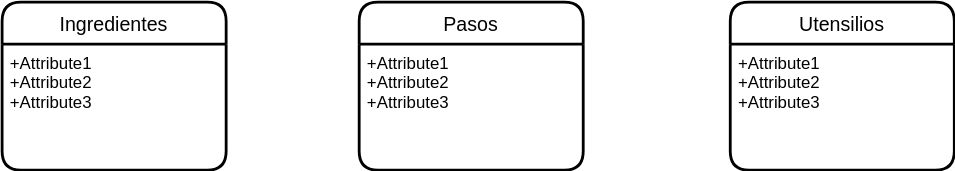
Before: UD12-09.svg, a diagram exported from draw.io (Jimxx22/C3-UD11-UML). Source tidied: cells renumbered, new cells last; positions are measured from the earlier drawing's top-left corner, leaving out a move shared by most shapes.
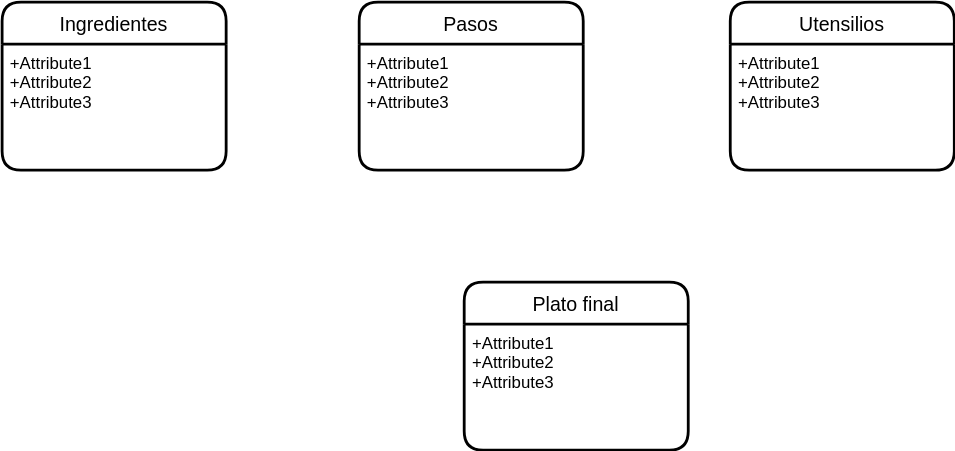
Later version of the same file.

Diff of the diagram source:
```diff
@@ -20,5 +20,11 @@
     <mxCell id="7" value="+Attribute1&#10;+Attribute2&#10;+Attribute3" style="align=left;strokeColor=none;fillColor=none;spacingLeft=4;fontSize=12;verticalAlign=top;" parent="6" vertex="1">
       <mxGeometry y="30" width="160" height="90" as="geometry" />
     </mxCell>
+    <mxCell id="8" value="Plato final" style="swimlane;horizontal=1;startSize=30;rounded=1;fontSize=14;fontStyle=0;strokeWidth=2;shadow=0;dashed=0;align=center;" parent="1" vertex="1">
+      <mxGeometry x="330" y="200" width="160" height="120" as="geometry" />
+    </mxCell>
+    <mxCell id="9" value="+Attribute1&#10;+Attribute2&#10;+Attribute3" style="align=left;strokeColor=none;fillColor=none;spacingLeft=4;fontSize=12;verticalAlign=top;" parent="8" vertex="1">
+      <mxGeometry y="30" width="160" height="90" as="geometry" />
+    </mxCell>
   </root>
 </mxGraphModel>
```
